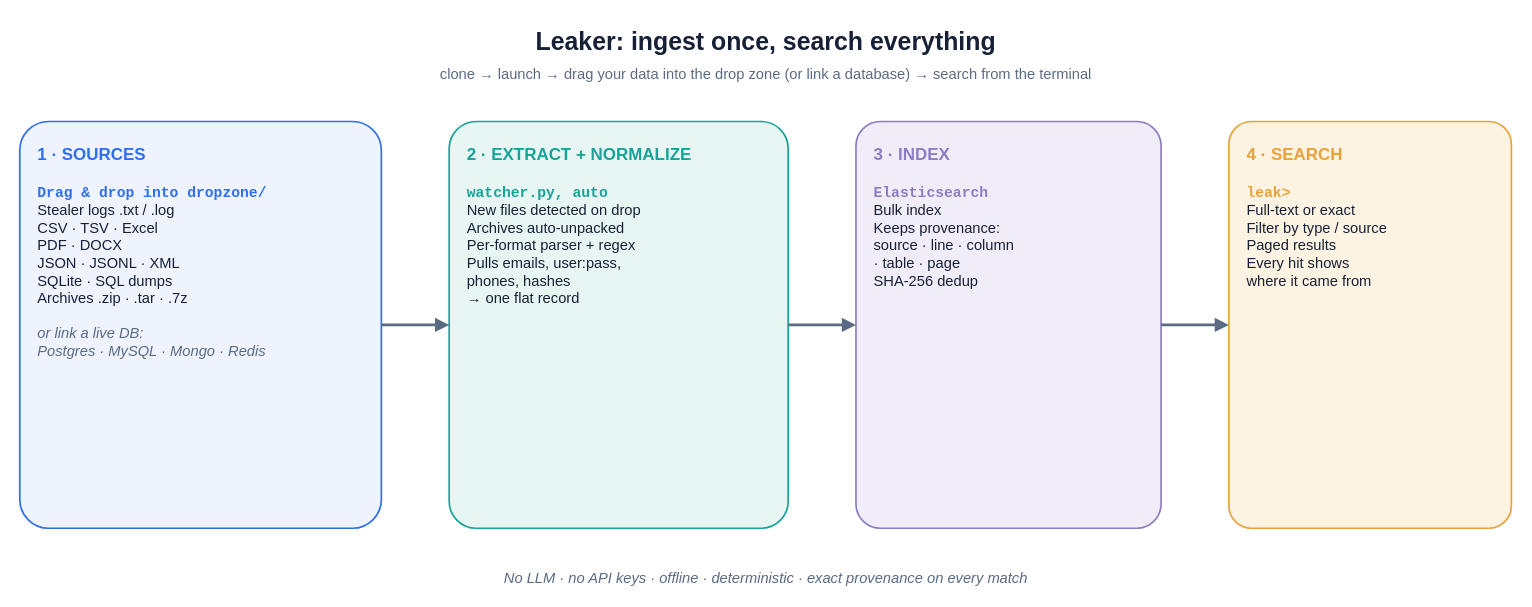
M4MD-M7SN/leaker-poc keeps this draw.io diagram as assets/flow.drawio. Above is the earlier version. Source tidied: cells renumbered, new cells numbered last; positions are measured from the earlier drawing's top-left corner, leaving out a move shared by most shapes. Both pictures are drawn from the tidied source at 113%, with x=0, y=0 at pixel (19, 19).
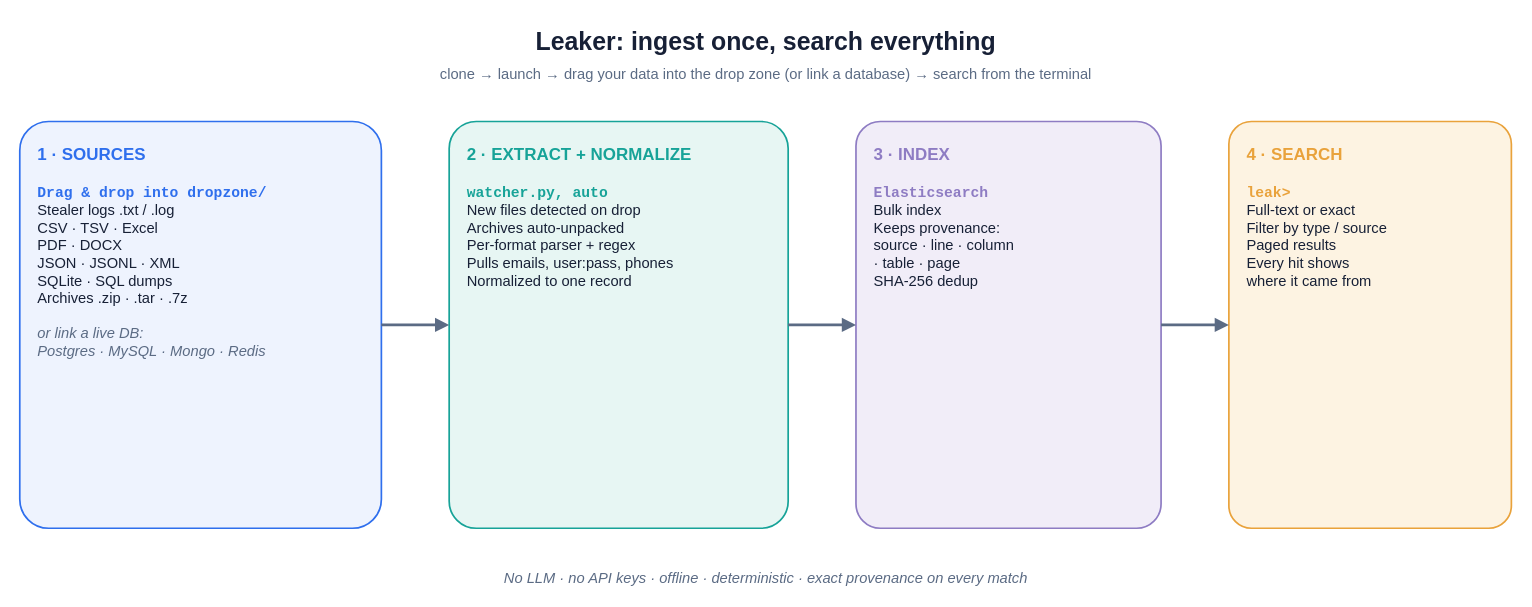
The same diagram, later.

Commit message (it also covers changes not shown here):
Leaker: tidy diagram stage-2 wording, drop No-LLM/diagram blockquote, clarify Elasticsearch ships via docker-compose

The edit, as a diff of the source:
```diff
@@
 <mxGraphModel>
   <root>
     <mxCell id="0" />
     <mxCell id="1" parent="0" />
     <mxCell id="2" value="Leaker: ingest once, search everything" style="text;html=1;align=center;fontSize=22;fontStyle=1;fontColor=#172036;" parent="1" vertex="1">
       <mxGeometry x="260" width="800" height="34" as="geometry" />
     </mxCell>
     <mxCell id="3" value="clone → launch → drag your data into the drop zone (or link a database) → search from the terminal" style="text;html=1;align=center;fontSize=13;fontColor=#5b6b84;" parent="1" vertex="1">
       <mxGeometry x="260" y="34" width="800" height="22" as="geometry" />
     </mxCell>
     <mxCell id="4" value="&lt;b style=&quot;color:#2f6fed;font-size:15px&quot;&gt;1 · SOURCES&lt;/b&gt;&lt;br&gt;&lt;br&gt;&lt;b style=&quot;color:#2f6fed;font-family:monospace&quot;&gt;Drag &amp;amp; drop into dropzone/&lt;/b&gt;&lt;br&gt;Stealer logs .txt / .log&lt;br&gt;CSV · TSV · Excel&lt;br&gt;PDF · DOCX&lt;br&gt;JSON · JSONL · XML&lt;br&gt;SQLite · SQL dumps&lt;br&gt;Archives .zip · .tar · .7z&lt;br&gt;&lt;br&gt;&lt;i style=&quot;color:#5b6b84&quot;&gt;or link a live DB:&lt;br&gt;Postgres · MySQL · Mongo · Redis&lt;/i&gt;" style="rounded=1;arcSize=8;whiteSpace=wrap;html=1;fillColor=#eef3fe;strokeColor=#2f6fed;strokeWidth=1.5;verticalAlign=top;align=left;spacingLeft=14;spacingTop=14;fontSize=13;fontColor=#172036;" parent="1" vertex="1">
       <mxGeometry y="90" width="320" height="360" as="geometry" />
     </mxCell>
-    <mxCell id="5" value="&lt;b style=&quot;color:#17a398;font-size:15px&quot;&gt;2 · EXTRACT + NORMALIZE&lt;/b&gt;&lt;br&gt;&lt;br&gt;&lt;b style=&quot;color:#17a398;font-family:monospace&quot;&gt;watcher.py, auto&lt;/b&gt;&lt;br&gt;New files detected on drop&lt;br&gt;Archives auto-unpacked&lt;br&gt;Per-format parser + regex&lt;br&gt;Pulls emails, user:pass,&lt;br&gt;phones, hashes&lt;br&gt;→ one flat record" style="rounded=1;arcSize=8;whiteSpace=wrap;html=1;fillColor=#e7f6f3;strokeColor=#17a398;strokeWidth=1.5;verticalAlign=top;align=left;spacingLeft=14;spacingTop=14;fontSize=13;fontColor=#172036;" parent="1" vertex="1">
+    <mxCell id="5" value="&lt;b style=&quot;color:#17a398;font-size:15px&quot;&gt;2 · EXTRACT + NORMALIZE&lt;/b&gt;&lt;br&gt;&lt;br&gt;&lt;b style=&quot;color:#17a398;font-family:monospace&quot;&gt;watcher.py, auto&lt;/b&gt;&lt;br&gt;New files detected on drop&lt;br&gt;Archives auto-unpacked&lt;br&gt;Per-format parser + regex&lt;br&gt;Pulls emails, user:pass, phones&lt;br&gt;Normalized to one record" style="rounded=1;arcSize=8;whiteSpace=wrap;html=1;fillColor=#e7f6f3;strokeColor=#17a398;strokeWidth=1.5;verticalAlign=top;align=left;spacingLeft=14;spacingTop=14;fontSize=13;fontColor=#172036;" parent="1" vertex="1">
       <mxGeometry x="380" y="90" width="300" height="360" as="geometry" />
     </mxCell>
     <mxCell id="6" value="&lt;b style=&quot;color:#8e7cc3;font-size:15px&quot;&gt;3 · INDEX&lt;/b&gt;&lt;br&gt;&lt;br&gt;&lt;b style=&quot;color:#8e7cc3;font-family:monospace&quot;&gt;Elasticsearch&lt;/b&gt;&lt;br&gt;Bulk index&lt;br&gt;Keeps provenance:&lt;br&gt;source · line · column&lt;br&gt;· table · page&lt;br&gt;SHA-256 dedup" style="rounded=1;arcSize=8;whiteSpace=wrap;html=1;fillColor=#f1edf8;strokeColor=#8e7cc3;strokeWidth=1.5;verticalAlign=top;align=left;spacingLeft=14;spacingTop=14;fontSize=13;fontColor=#172036;" parent="1" vertex="1">
       <mxGeometry x="740" y="90" width="270" height="360" as="geometry" />
     </mxCell>
     <mxCell id="7" value="&lt;b style=&quot;color:#e9a23b;font-size:15px&quot;&gt;4 · SEARCH&lt;/b&gt;&lt;br&gt;&lt;br&gt;&lt;b style=&quot;color:#e9a23b;font-family:monospace&quot;&gt;leak&amp;gt;&lt;/b&gt;&lt;br&gt;Full-text or exact&lt;br&gt;Filter by type / source&lt;br&gt;Paged results&lt;br&gt;Every hit shows&lt;br&gt;where it came from" style="rounded=1;arcSize=8;whiteSpace=wrap;html=1;fillColor=#fdf3e2;strokeColor=#e9a23b;strokeWidth=1.5;verticalAlign=top;align=left;spacingLeft=14;spacingTop=14;fontSize=13;fontColor=#172036;" parent="1" vertex="1">
       <mxGeometry x="1070" y="90" width="250" height="360" as="geometry" />
     </mxCell>
     <mxCell id="8" style="edgeStyle=none;rounded=0;html=1;strokeColor=#5b6b84;strokeWidth=2.5;endArrow=block;endFill=1;" parent="1" edge="1" source="4" target="5">
       <mxGeometry relative="1" as="geometry" />
     </mxCell>
     <mxCell id="9" style="edgeStyle=none;rounded=0;html=1;strokeColor=#5b6b84;strokeWidth=2.5;endArrow=block;endFill=1;" parent="1" edge="1" source="5" target="6">
       <mxGeometry relative="1" as="geometry" />
     </mxCell>
     <mxCell id="10" style="edgeStyle=none;rounded=0;html=1;strokeColor=#5b6b84;strokeWidth=2.5;endArrow=block;endFill=1;" parent="1" edge="1" source="6" target="7">
       <mxGeometry relative="1" as="geometry" />
     </mxCell>
     <mxCell id="11" value="No LLM · no API keys · offline · deterministic · exact provenance on every match" style="text;html=1;align=center;fontSize=13;fontColor=#5b6b84;fontStyle=2;" parent="1" vertex="1">
       <mxGeometry x="260" y="480" width="800" height="22" as="geometry" />
     </mxCell>
   </root>
 </mxGraphModel>
```
